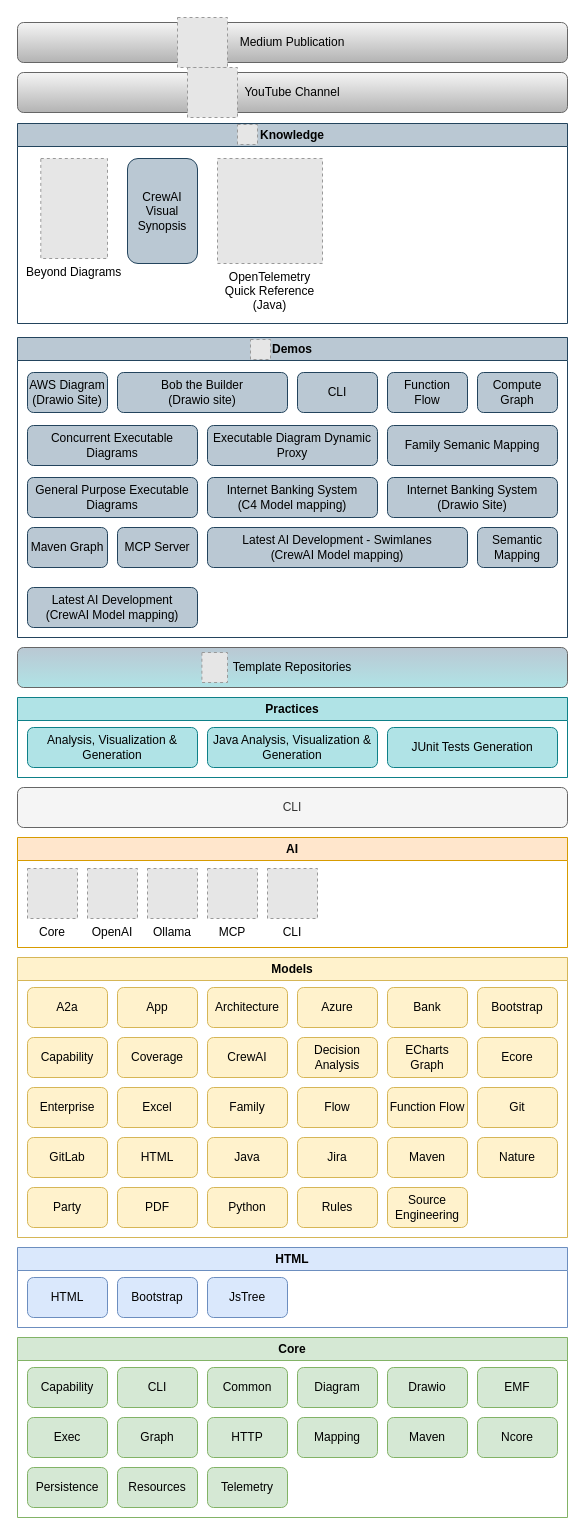
Nasdanika/nasdanika.github.io keeps this draw.io diagram as model/nasdanika.drawio. Above is the earlier version. Source tidied: cells renumbered, new cells numbered last; positions are measured from the earlier drawing's top-left corner, leaving out a move shared by most shapes. Both pictures are drawn from the tidied source at 100%, with x=0, y=0 at pixel (17, 17). Pictures stored in the file or linked from it are replaced by grey dashed boxes.
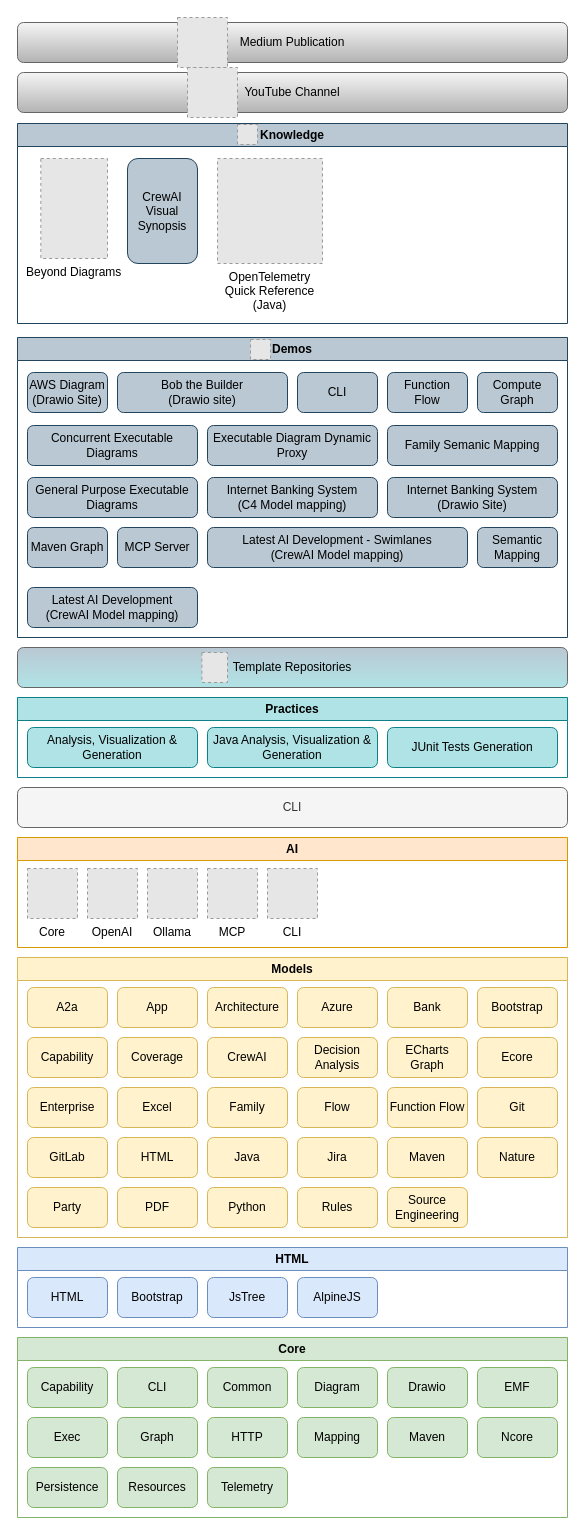
The same diagram, later.

Unchanged cells that the change refers to:
```xml
<mxCell id="18" value="HTML" style="swimlane;whiteSpace=wrap;html=1;fillColor=#dae8fc;strokeColor=#6c8ebf;" parent="1" vertex="1">
  <mxGeometry y="1230" width="550" height="80" as="geometry" />
</mxCell>
```

Change to the diagram source:
```diff
@@
+    <mxCell id="92" value="AlpineJS" style="rounded=1;whiteSpace=wrap;html=1;fillColor=#dae8fc;strokeColor=#6c8ebf;" parent="18" vertex="1">
+      <mxGeometry x="280" y="30" width="80" height="40" as="geometry" />
+    </mxCell>
```
